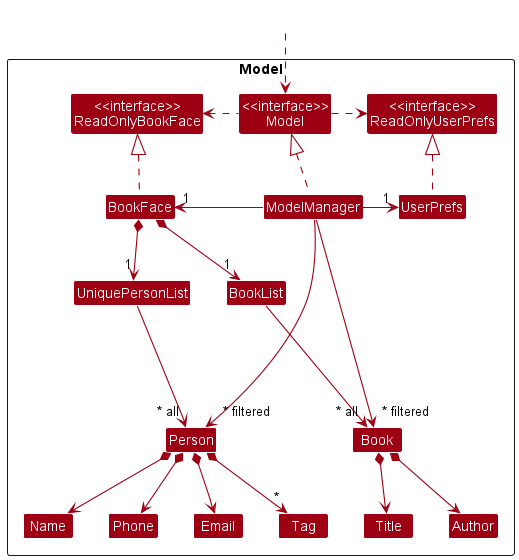
Earlier version of the PlantUML export docs/images/ModelClassDiagram.png (nus-cs2103-AY2223S1/tp).
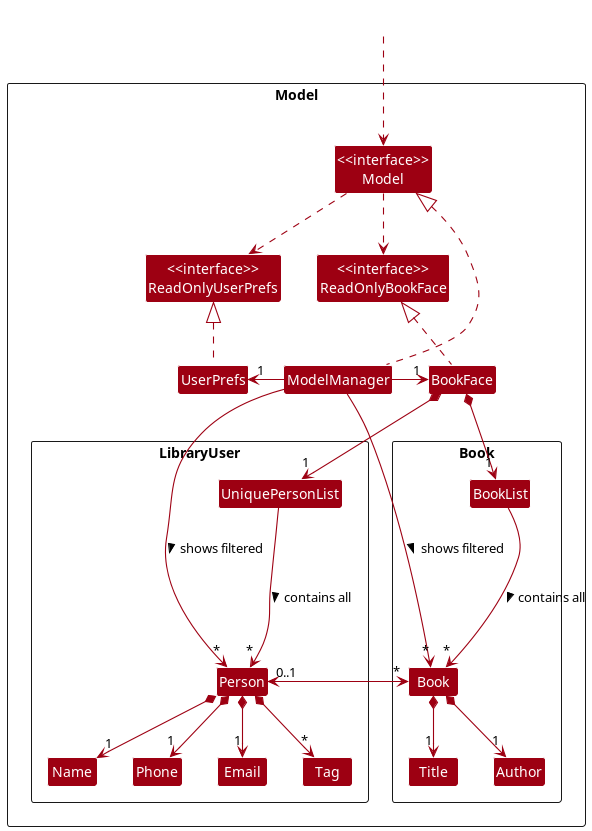
Above is the later version.

Commit message:
Update diagrams for Model and Logic

What changed in the source:
```diff
@@ -5,24 +5,29 @@
 skinparam classBackgroundColor MODEL_COLOR
 
 Package Model <<Rectangle>>{
+together {
 Class "<<interface>>\nReadOnlyBookFace" as ReadOnlyBookFace
+Class "<<interface>>\nModel" as Model
 Class "<<interface>>\nReadOnlyUserPrefs" as ReadOnlyUserPrefs
-Class "<<interface>>\nModel" as Model
+}
 Class BookFace
 Class ModelManager
 Class UserPrefs
 
+Package LibraryUser <<Rectangle>> {
 Class UniquePersonList
 Class Person
 Class Email
 Class Name
 Class Phone
 Class Tag
+}
+Package Book <<Rectangle>> {
 Class BookList
 Class Book
 Class Title
 Class Author
-
+}
 }
 
 Class HiddenOutside #FFFFFF
@@ -31,25 +36,27 @@
 BookFace .up.|> ReadOnlyBookFace
 
 ModelManager .up.|> Model
-Model .right.> ReadOnlyUserPrefs
-Model .left.> ReadOnlyBookFace
-ModelManager -left-> "1" BookFace
-ModelManager -right-> "1" UserPrefs
+Model ..> ReadOnlyUserPrefs
+Model ..> ReadOnlyBookFace
+ModelManager -right-> "1" BookFace
+ModelManager -left-> "1" UserPrefs
 UserPrefs .up.|> ReadOnlyUserPrefs
 
 BookFace *--> "1" UniquePersonList
 BookFace *--> "1" BookList
-UniquePersonList ---> "~* all" Person
-BookList ---> "~* all" Book
-Person *--> Name
-Person *--> Phone
-Person *--> Email
+UniquePersonList ---> "~*" Person : contains all >
+BookList ---> "~*" Book : contains all >
+Person *--> "1" Name
+Person *--> "1" Phone
+Person *--> "1" Email
 Person *--> "*" Tag
-Book *--> Title
-Book *--> Author
+Book *--> "1" Title
+Book --> "0..1" Person
+Person --> "*" Book
+Book *--> "1"Author
 Name -[hidden]right-> Phone
 Phone -[hidden]right-> Email
 
-ModelManager --> "~* filtered" Person
-ModelManager --> "~* filtered" Book
+ModelManager --> "~*" Person : shows filtered >
+ModelManager --> "~*" Book : shows filtered >
 @enduml
```
